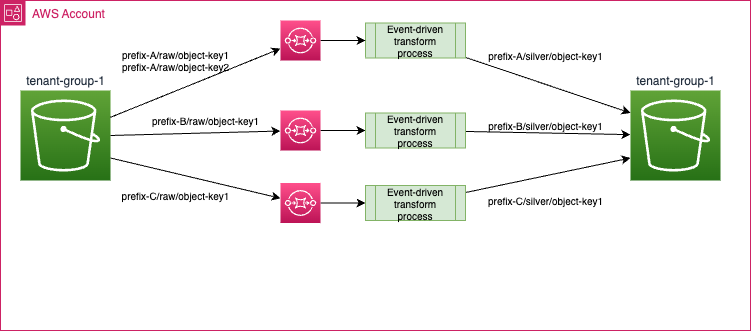
Before: docs/labs/sqs/diagrams/s3-sqs-fanout.drawio.png, a diagram exported from draw.io (jbcodeforce/aws-messaging-samples). Source tidied: cells renumbered, new cells last; positions are measured from the earlier drawing's top-left corner, leaving out a move shared by most shapes.
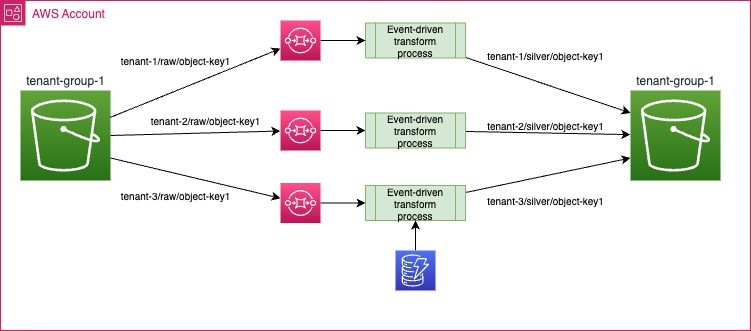
Above is the later version.

Diff of the diagram source:
```diff
@@ -11,8 +11,8 @@
     <mxCell id="4" style="edgeStyle=none;html=1;fontSize=10;exitX=1;exitY=0.75;exitDx=0;exitDy=0;exitPerimeter=0;" parent="2" edge="1" source="3" target="10">
       <mxGeometry relative="1" as="geometry" />
     </mxCell>
-    <mxCell id="5" value="prefix-A/raw/object-key1&lt;br style=&quot;font-size: 10px;&quot;&gt;prefix-A/raw/object-key2" style="text;html=1;align=center;verticalAlign=middle;strokeColor=none;fillColor=none;fontSize=10;" parent="2" vertex="1">
-      <mxGeometry x="110" y="40" width="130" height="40" as="geometry" />
+    <mxCell id="5" value="tenant-1/raw/object-key1" style="text;html=1;align=center;verticalAlign=middle;strokeColor=none;fillColor=none;fontSize=10;" parent="2" vertex="1">
+      <mxGeometry x="110" y="45" width="130" height="30" as="geometry" />
     </mxCell>
     <mxCell id="6" style="edgeStyle=none;html=1;entryX=0;entryY=0.5;entryDx=0;entryDy=0;" parent="2" edge="1" source="7" target="16">
       <mxGeometry relative="1" as="geometry" />
@@ -29,10 +29,10 @@
     <mxCell id="10" style="sketch=0;points=[[0,0,0],[0.25,0,0],[0.5,0,0],[0.75,0,0],[1,0,0],[0,1,0],[0.25,1,0],[0.5,1,0],[0.75,1,0],[1,1,0],[0,0.25,0],[0,0.5,0],[0,0.75,0],[1,0.25,0],[1,0.5,0],[1,0.75,0]];outlineConnect=0;fontColor=#232F3E;gradientColor=#FF4F8B;gradientDirection=north;fillColor=#BC1356;strokeColor=#ffffff;dashed=0;verticalLabelPosition=bottom;verticalAlign=top;align=center;html=1;fontSize=12;fontStyle=0;shape=mxgraph.aws4.resourceIcon;resIcon=mxgraph.aws4.sqs;" parent="2" vertex="1">
       <mxGeometry x="280" y="182.5" width="40" height="40" as="geometry" />
     </mxCell>
-    <mxCell id="11" value="prefix-B/raw/object-key1" style="text;html=1;align=center;verticalAlign=middle;strokeColor=none;fillColor=none;fontSize=10;" parent="2" vertex="1">
+    <mxCell id="11" value="tenant-2/raw/object-key1" style="text;html=1;align=center;verticalAlign=middle;strokeColor=none;fillColor=none;fontSize=10;" parent="2" vertex="1">
       <mxGeometry x="140" y="105" width="130" height="30" as="geometry" />
     </mxCell>
-    <mxCell id="12" value="prefix-C/raw/object-key1" style="text;html=1;align=center;verticalAlign=middle;strokeColor=none;fillColor=none;fontSize=10;" parent="2" vertex="1">
+    <mxCell id="12" value="tenant-3/raw/object-key1" style="text;html=1;align=center;verticalAlign=middle;strokeColor=none;fillColor=none;fontSize=10;" parent="2" vertex="1">
       <mxGeometry x="110" y="180" width="130" height="30" as="geometry" />
     </mxCell>
     <mxCell id="13" style="edgeStyle=none;html=1;entryX=0;entryY=0.25;entryDx=0;entryDy=0;entryPerimeter=0;" parent="2" edge="1" source="14" target="19">
@@ -56,15 +56,21 @@
     <mxCell id="19" value="tenant-group-1" style="sketch=0;points=[[0,0,0],[0.25,0,0],[0.5,0,0],[0.75,0,0],[1,0,0],[0,1,0],[0.25,1,0],[0.5,1,0],[0.75,1,0],[1,1,0],[0,0.25,0],[0,0.5,0],[0,0.75,0],[1,0.25,0],[1,0.5,0],[1,0.75,0]];outlineConnect=0;fontColor=#232F3E;gradientColor=#60A337;gradientDirection=north;fillColor=#277116;strokeColor=#ffffff;dashed=0;verticalLabelPosition=top;verticalAlign=bottom;align=center;html=1;fontSize=12;fontStyle=0;shape=mxgraph.aws4.resourceIcon;resIcon=mxgraph.aws4.s3;labelPosition=center;" parent="2" vertex="1">
       <mxGeometry x="630" y="90" width="90" height="90" as="geometry" />
     </mxCell>
-    <mxCell id="20" value="prefix-B/silver/object-key1" style="text;html=1;align=center;verticalAlign=middle;strokeColor=none;fillColor=none;fontSize=10;" parent="2" vertex="1">
+    <mxCell id="20" value="tenant-2/silver/object-key1" style="text;html=1;align=center;verticalAlign=middle;strokeColor=none;fillColor=none;fontSize=10;" parent="2" vertex="1">
       <mxGeometry x="475" y="110" width="140" height="30" as="geometry" />
     </mxCell>
-    <mxCell id="21" value="prefix-C/silver/object-key1" style="text;html=1;align=center;verticalAlign=middle;strokeColor=none;fillColor=none;fontSize=10;" parent="2" vertex="1">
+    <mxCell id="21" value="tenant-3/silver/object-key1" style="text;html=1;align=center;verticalAlign=middle;strokeColor=none;fillColor=none;fontSize=10;" parent="2" vertex="1">
       <mxGeometry x="475" y="185" width="140" height="30" as="geometry" />
     </mxCell>
-    <mxCell id="22" value="prefix-A/silver/object-key1" style="text;html=1;align=center;verticalAlign=middle;strokeColor=none;fillColor=none;fontSize=10;" parent="2" vertex="1">
+    <mxCell id="22" value="tenant-1/silver/object-key1" style="text;html=1;align=center;verticalAlign=middle;strokeColor=none;fillColor=none;fontSize=10;" parent="2" vertex="1">
       <mxGeometry x="475" y="40" width="140" height="30" as="geometry" />
     </mxCell>
+    <mxCell id="26" style="edgeStyle=none;html=1;" parent="2" edge="1" source="27" target="18">
+      <mxGeometry relative="1" as="geometry" />
+    </mxCell>
+    <mxCell id="27" style="sketch=0;points=[[0,0,0],[0.25,0,0],[0.5,0,0],[0.75,0,0],[1,0,0],[0,1,0],[0.25,1,0],[0.5,1,0],[0.75,1,0],[1,1,0],[0,0.25,0],[0,0.5,0],[0,0.75,0],[1,0.25,0],[1,0.5,0],[1,0.75,0]];outlineConnect=0;fontColor=#232F3E;gradientColor=#4D72F3;gradientDirection=north;fillColor=#3334B9;strokeColor=#ffffff;dashed=0;verticalLabelPosition=bottom;verticalAlign=top;align=center;html=1;fontSize=12;fontStyle=0;shape=mxgraph.aws4.resourceIcon;resIcon=mxgraph.aws4.dynamodb;" parent="2" vertex="1">
+      <mxGeometry x="395" y="250" width="40" height="40" as="geometry" />
+    </mxCell>
     <mxCell id="23" style="edgeStyle=none;html=1;entryX=0;entryY=0.5;entryDx=0;entryDy=0;" parent="1" edge="1" source="24" target="14">
       <mxGeometry relative="1" as="geometry" />
     </mxCell>
```
